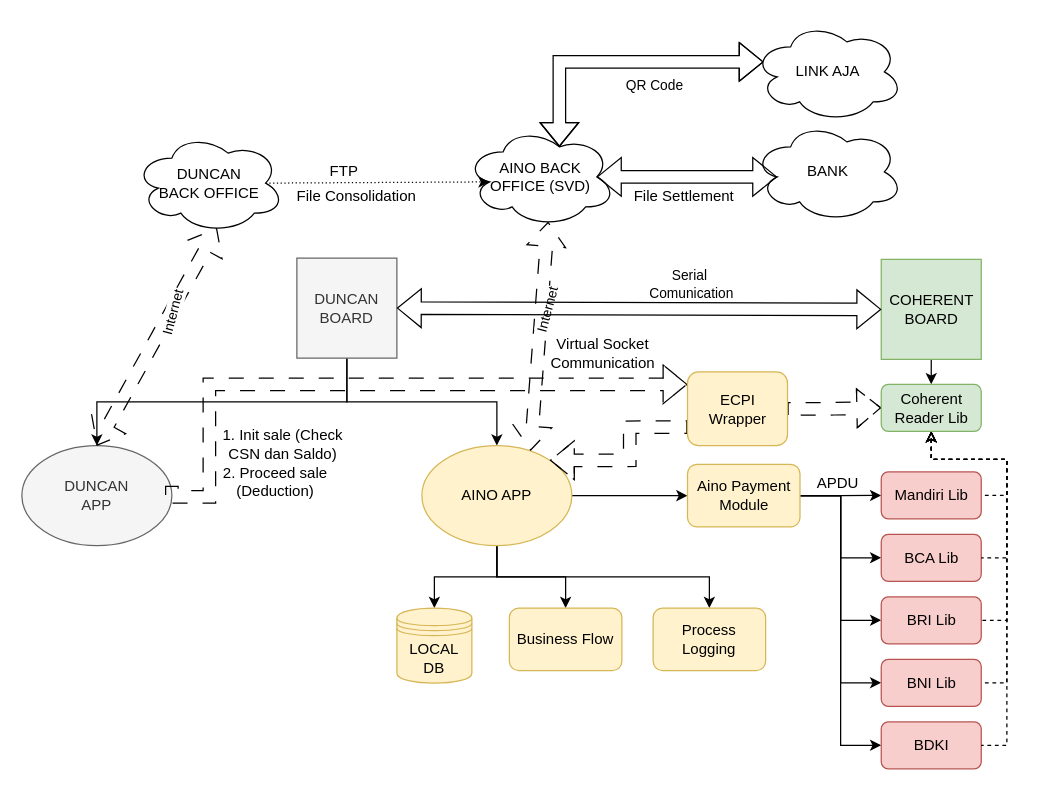
This is page "Arsitektur" (1 of 2) of NEW SCHEME - AINO DUNCAN.drawio from riadizur/riadizur, a draw.io file, before an edit. Source tidied: cells renumbered, new cells numbered last; positions are measured from the earlier drawing's top-left corner, leaving out a move shared by most shapes. Both pictures are drawn from the tidied source at 125%, with x=0, y=0 at pixel (21, 21).
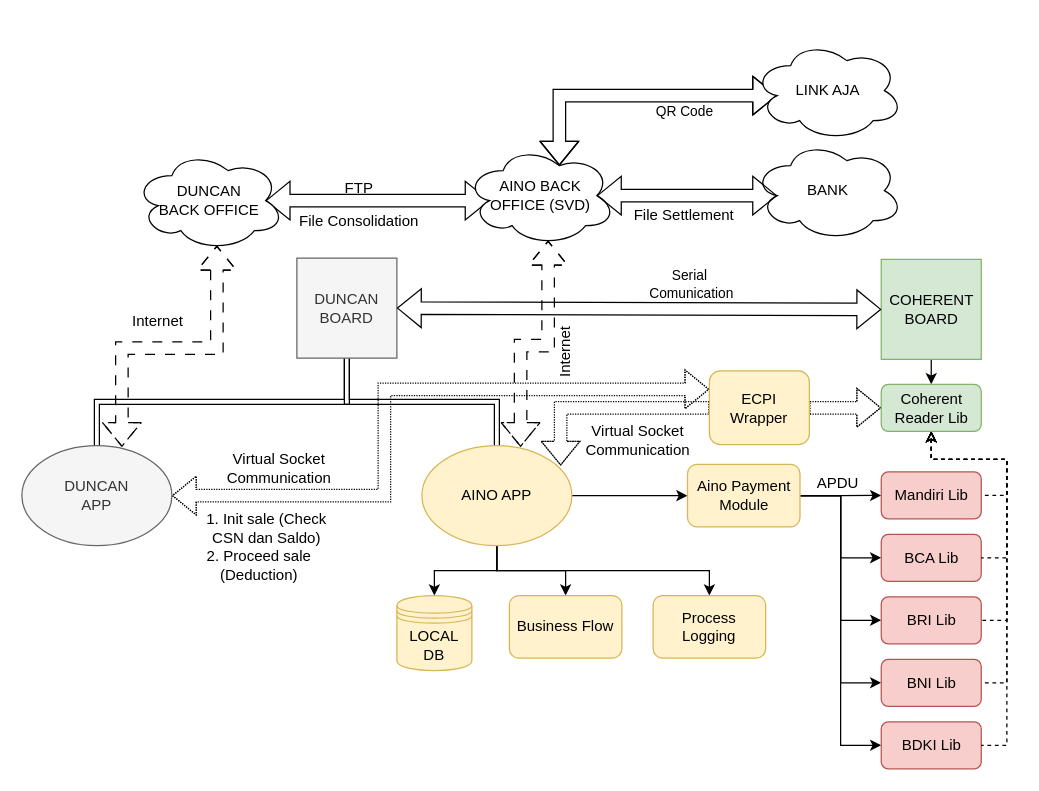
The same diagram, later.

Unchanged cells that the change refers to:
```xml
<mxCell id="9" value="&lt;div&gt;DUNCAN&lt;/div&gt;&lt;div&gt;BOARD&lt;/div&gt;" style="whiteSpace=wrap;html=1;fillColor=#f5f5f5;fontColor=#333333;strokeColor=#666666;" parent="1" vertex="1">
  <mxGeometry x="220" y="189" width="80" height="80" as="geometry" />
</mxCell>
<mxCell id="12" value="DUNCAN&lt;br&gt;APP" style="ellipse;whiteSpace=wrap;html=1;fillColor=#f5f5f5;fontColor=#333333;strokeColor=#666666;" parent="1" vertex="1">
  <mxGeometry y="339" width="120" height="80" as="geometry" />
</mxCell>
<mxCell id="17" value="&lt;div&gt;AINO APP&lt;/div&gt;" style="ellipse;whiteSpace=wrap;html=1;fillColor=#fff2cc;strokeColor=#d6b656;" parent="1" vertex="1">
  <mxGeometry x="320" y="339" width="120" height="80" as="geometry" />
</mxCell>
<mxCell id="48" value="&lt;div&gt;Coherent Reader Lib&lt;/div&gt;" style="rounded=1;whiteSpace=wrap;html=1;fillColor=#d5e8d4;strokeColor=#82b366;" parent="1" vertex="1">
  <mxGeometry x="687.5" y="290" width="80" height="37.5" as="geometry" />
</mxCell>
```

Change to the diagram source:
```diff
@@
+    <mxCell id="58" style="edgeStyle=orthogonalEdgeStyle;shape=flexArrow;rounded=0;jettySize=auto;html=1;exitX=0.55;exitY=0.95;exitDx=0;exitDy=0;exitPerimeter=0;dashed=1;dashPattern=8 8;strokeColor=default;startArrow=block;startFill=0;endArrow=block;endFill=0;entryX=0.667;entryY=0.013;entryDx=0;entryDy=0;entryPerimeter=0;" parent="1" edge="1" source="2" target="12">
+      <mxGeometry relative="1" as="geometry" />
+    </mxCell>
+    <mxCell id="4" style="edgeStyle=orthogonalEdgeStyle;shape=flexArrow;rounded=0;jettySize=auto;html=1;exitX=0.875;exitY=0.5;exitDx=0;exitDy=0;exitPerimeter=0;entryX=0.16;entryY=0.55;entryDx=0;entryDy=0;entryPerimeter=0;strokeColor=default;startArrow=block;startFill=0;endArrow=block;endFill=0;" parent="1" edge="1" source="2" target="3">
+      <mxGeometry relative="1" as="geometry" />
+    </mxCell>
     <mxCell id="2" value="&lt;div&gt;DUNCAN&lt;/div&gt;&lt;div&gt;BACK OFFICE&lt;/div&gt;" style="ellipse;shape=cloud;whiteSpace=wrap;html=1;" parent="1" vertex="1">
-      <mxGeometry x="90" y="89" width="120" height="80" as="geometry" />
+      <mxGeometry x="90" y="103" width="120" height="80" as="geometry" />
     </mxCell>
+    <mxCell id="59" style="edgeStyle=orthogonalEdgeStyle;shape=flexArrow;rounded=0;jettySize=auto;html=1;exitX=0.55;exitY=0.95;exitDx=0;exitDy=0;exitPerimeter=0;entryX=0.658;entryY=0.013;entryDx=0;entryDy=0;entryPerimeter=0;strokeColor=default;startArrow=block;startFill=0;endArrow=block;endFill=0;dashed=1;dashPattern=8 8;" parent="1" edge="1" source="3" target="17">
+      <mxGeometry relative="1" as="geometry" />
+    </mxCell>
     <mxCell id="3" value="&lt;div&gt;AINO BACK&lt;/div&gt;&lt;div&gt;OFFICE (SVD)&lt;/div&gt;" style="ellipse;shape=cloud;whiteSpace=wrap;html=1;" parent="1" vertex="1">
-      <mxGeometry x="355" y="84" width="120" height="80" as="geometry" />
+      <mxGeometry x="355" y="99" width="120" height="80" as="geometry" />
     </mxCell>
-    <mxCell id="4" style="endArrow=classic;html=1;rounded=0;exitX=0.875;exitY=0.5;exitDx=0;exitDy=0;exitPerimeter=0;entryX=0.16;entryY=0.55;entryDx=0;entryDy=0;entryPerimeter=0;dashed=1;dashPattern=1 2;" parent="1" edge="1" source="2" target="3">
-      <mxGeometry relative="1" as="geometry" />
-    </mxCell>
     <mxCell id="5" value="&lt;div&gt;FTP&lt;/div&gt;" style="text;html=1;strokeColor=none;fillColor=none;align=center;verticalAlign=middle;whiteSpace=wrap;rounded=0;" parent="1" vertex="1">
-      <mxGeometry x="228" y="105" width="60" height="30" as="geometry" />
+      <mxGeometry x="240" y="118" width="60" height="30" as="geometry" />
     </mxCell>
     <mxCell id="6" value="&lt;div&gt;File Consolidation&lt;/div&gt;" style="text;html=1;strokeColor=none;fillColor=none;align=center;verticalAlign=middle;whiteSpace=wrap;rounded=0;" parent="1" vertex="1">
-      <mxGeometry x="218" y="125" width="100" height="30" as="geometry" />
+      <mxGeometry x="220" y="145" width="100" height="30" as="geometry" />
     </mxCell>
-    <mxCell id="7" style="edgeStyle=orthogonalEdgeStyle;rounded=0;jettySize=auto;html=1;exitX=0.5;exitY=1;exitDx=0;exitDy=0;entryX=0.5;entryY=0;entryDx=0;entryDy=0;" parent="1" edge="1" source="9" target="12">
+    <mxCell id="7" style="edgeStyle=orthogonalEdgeStyle;rounded=0;jettySize=auto;html=1;exitX=0.5;exitY=1;exitDx=0;exitDy=0;entryX=0.5;entryY=0;entryDx=0;entryDy=0;shape=link;" parent="1" edge="1" source="9" target="12">
       <mxGeometry relative="1" as="geometry" />
     </mxCell>
-    <mxCell id="8" style="edgeStyle=orthogonalEdgeStyle;rounded=0;jettySize=auto;html=1;exitX=0.5;exitY=1;exitDx=0;exitDy=0;entryX=0.5;entryY=0;entryDx=0;entryDy=0;" parent="1" edge="1" source="9" target="17">
+    <mxCell id="8" style="edgeStyle=orthogonalEdgeStyle;rounded=0;jettySize=auto;html=1;exitX=0.5;exitY=1;exitDx=0;exitDy=0;entryX=0.5;entryY=0;entryDx=0;entryDy=0;shape=link;" parent="1" edge="1" source="9" target="17">
       <mxGeometry relative="1" as="geometry" />
     </mxCell>
@@
+    <mxCell id="54" style="edgeStyle=orthogonalEdgeStyle;shape=flexArrow;rounded=0;jettySize=auto;html=1;exitX=1;exitY=0.5;exitDx=0;exitDy=0;strokeColor=default;startArrow=block;startFill=0;endArrow=block;endFill=0;entryX=0;entryY=0.25;entryDx=0;entryDy=0;dashed=1;dashPattern=1 1;" parent="1" edge="1" source="12" target="56">
+      <mxGeometry relative="1" as="geometry">
+        <Array as="points">
+          <mxPoint x="290" y="379" />
+          <mxPoint x="290" y="294" />
+        </Array>
+      </mxGeometry>
+    </mxCell>
@@
     <mxCell id="18" value="&lt;div&gt;LOCAL DB&lt;/div&gt;" style="shape=datastore;whiteSpace=wrap;html=1;fillColor=#fff2cc;strokeColor=#d6b656;" parent="1" vertex="1">
-      <mxGeometry x="300" y="469" width="60" height="60" as="geometry" />
+      <mxGeometry x="300" y="459" width="60" height="60" as="geometry" />
     </mxCell>
     <mxCell id="19" value="Business Flow" style="rounded=1;whiteSpace=wrap;html=1;fillColor=#fff2cc;strokeColor=#d6b656;" parent="1" vertex="1">
-      <mxGeometry x="390" y="469" width="90" height="50" as="geometry" />
+      <mxGeometry x="390" y="459" width="90" height="50" as="geometry" />
     </mxCell>
     <mxCell id="20" value="&lt;div&gt;Process&lt;/div&gt;&lt;div&gt;Logging&lt;br&gt;&lt;/div&gt;" style="rounded=1;whiteSpace=wrap;html=1;fillColor=#fff2cc;strokeColor=#d6b656;" parent="1" vertex="1">
-      <mxGeometry x="505" y="469" width="90" height="50" as="geometry" />
+      <mxGeometry x="505" y="459" width="90" height="50" as="geometry" />
     </mxCell>
     <mxCell id="21" value="Virtual Socket Communication" style="text;html=1;strokeColor=none;fillColor=none;align=center;verticalAlign=middle;whiteSpace=wrap;rounded=0;" parent="1" vertex="1">
-      <mxGeometry x="425" y="250" width="80" height="30" as="geometry" />
+      <mxGeometry x="452.5" y="320" width="80" height="30" as="geometry" />
     </mxCell>
-    <mxCell id="22" style="shape=flexArrow;endArrow=classic;startArrow=classic;html=1;rounded=0;dashed=1;dashPattern=12 12;entryX=0.55;entryY=0.95;entryDx=0;entryDy=0;entryPerimeter=0;exitX=0.725;exitY=0.05;exitDx=0;exitDy=0;exitPerimeter=0;" parent="1" edge="1" source="17" target="3">
-      <mxGeometry relative="1" as="geometry" />
-    </mxCell>
-    <mxCell id="23" value="&lt;div&gt;Internet&lt;/div&gt;" style="edgeLabel;html=1;align=center;verticalAlign=middle;rotation=-75;" parent="22" vertex="1">
-      <mxGeometry x="0.16" y="-2" relative="1" as="geometry">
-        <mxPoint x="3" y="-6" as="offset" />
-      </mxGeometry>
-    </mxCell>
@@
-    <mxCell id="32" style="edgeStyle=orthogonalEdgeStyle;shape=flexArrow;rounded=0;jettySize=auto;html=1;exitX=1;exitY=0.5;exitDx=0;exitDy=0;entryX=0;entryY=0.5;entryDx=0;entryDy=0;dashed=1;dashPattern=12 12;strokeColor=default;" parent="1" edge="1" source="56" target="48">
+    <mxCell id="32" style="edgeStyle=orthogonalEdgeStyle;shape=flexArrow;rounded=0;jettySize=auto;html=1;exitX=1;exitY=0.5;exitDx=0;exitDy=0;entryX=0;entryY=0.5;entryDx=0;entryDy=0;dashed=1;dashPattern=1 1;strokeColor=default;" parent="1" edge="1" source="56" target="48">
       <mxGeometry relative="1" as="geometry" />
     </mxCell>
@@
-    <mxCell id="37" value="&lt;div&gt;BDKI&lt;/div&gt;" style="rounded=1;whiteSpace=wrap;html=1;fillColor=#f8cecc;strokeColor=#b85450;" parent="1" vertex="1">
+    <mxCell id="37" value="&lt;div&gt;BDKI Lib&lt;/div&gt;" style="rounded=1;whiteSpace=wrap;html=1;fillColor=#f8cecc;strokeColor=#b85450;" parent="1" vertex="1">
       <mxGeometry x="687.5" y="560" width="80" height="37.5" as="geometry" />
     </mxCell>
-    <mxCell id="38" style="shape=flexArrow;endArrow=classic;startArrow=classic;html=1;rounded=0;dashed=1;dashPattern=12 12;entryX=0.55;entryY=0.95;entryDx=0;entryDy=0;entryPerimeter=0;exitX=0.5;exitY=0;exitDx=0;exitDy=0;" parent="1" edge="1" source="12" target="2">
-      <mxGeometry relative="1" as="geometry" />
-    </mxCell>
-    <mxCell id="39" value="&lt;div&gt;Internet&lt;/div&gt;" style="edgeLabel;html=1;align=center;verticalAlign=middle;rotation=-75;" parent="38" vertex="1">
-      <mxGeometry x="0.16" y="-2" relative="1" as="geometry">
-        <mxPoint x="3" y="-6" as="offset" />
-      </mxGeometry>
-    </mxCell>
     <mxCell id="40" value="BANK" style="ellipse;shape=cloud;whiteSpace=wrap;html=1;" parent="1" vertex="1">
-      <mxGeometry x="585" y="80" width="120" height="80" as="geometry" />
+      <mxGeometry x="585" y="95" width="120" height="80" as="geometry" />
     </mxCell>
@@
     <mxCell id="42" value="&lt;div&gt;File Settlement&lt;br&gt;&lt;/div&gt;" style="text;html=1;strokeColor=none;fillColor=none;align=center;verticalAlign=middle;whiteSpace=wrap;rounded=0;" parent="1" vertex="1">
-      <mxGeometry x="480" y="125" width="100" height="30" as="geometry" />
+      <mxGeometry x="480" y="140" width="100" height="30" as="geometry" />
     </mxCell>
@@
-    <mxCell id="50" style="edgeStyle=orthogonalEdgeStyle;shape=flexArrow;rounded=0;jettySize=auto;html=1;exitX=0.07;exitY=0.4;exitDx=0;exitDy=0;exitPerimeter=0;entryX=0.625;entryY=0.2;entryDx=0;entryDy=0;entryPerimeter=0;strokeColor=default;startArrow=block;startFill=0;endArrow=block;endFill=0;" parent="1" edge="1" source="51" target="3">
+    <mxCell id="50" style="edgeStyle=orthogonalEdgeStyle;shape=flexArrow;rounded=0;jettySize=auto;html=1;exitX=0.16;exitY=0.55;exitDx=0;exitDy=0;exitPerimeter=0;entryX=0.625;entryY=0.2;entryDx=0;entryDy=0;entryPerimeter=0;strokeColor=default;startArrow=block;startFill=0;endArrow=block;endFill=0;" parent="1" edge="1" source="51" target="3">
       <mxGeometry relative="1" as="geometry" />
     </mxCell>
     <mxCell id="51" value="LINK AJA" style="ellipse;shape=cloud;whiteSpace=wrap;html=1;" parent="1" vertex="1">
-      <mxGeometry x="585" width="120" height="80" as="geometry" />
+      <mxGeometry x="585" y="15" width="120" height="80" as="geometry" />
     </mxCell>
-    <mxCell id="52" value="1. Init sale (Check CSN dan Saldo)" style="text;html=1;strokeColor=none;fillColor=none;align=center;verticalAlign=middle;whiteSpace=wrap;rounded=0;" parent="1" vertex="1">
-      <mxGeometry x="159" y="323" width="100" height="30" as="geometry" />
-    </mxCell>
-    <mxCell id="53" value="2. Proceed sale (Deduction)" style="text;html=1;strokeColor=none;fillColor=none;align=center;verticalAlign=middle;whiteSpace=wrap;rounded=0;" parent="1" vertex="1">
-      <mxGeometry x="153" y="353" width="100" height="30" as="geometry" />
-    </mxCell>
-    <mxCell id="54" style="edgeStyle=orthogonalEdgeStyle;shape=flexArrow;rounded=0;jettySize=auto;html=1;exitX=1;exitY=0.4;exitDx=0;exitDy=0;dashed=1;dashPattern=12 12;strokeColor=default;exitPerimeter=0;" parent="1" edge="1" source="12" target="56">
-      <mxGeometry relative="1" as="geometry">
-        <Array as="points">
-          <mxPoint x="120" y="380" />
-          <mxPoint x="150" y="380" />
-          <mxPoint x="150" y="290" />
-        </Array>
-      </mxGeometry>
-    </mxCell>
-    <mxCell id="55" style="edgeStyle=orthogonalEdgeStyle;rounded=0;jettySize=auto;html=1;exitX=0;exitY=0.75;exitDx=0;exitDy=0;entryX=1;entryY=0;entryDx=0;entryDy=0;strokeColor=default;startArrow=none;startFill=0;endArrow=block;endFill=0;shape=flexArrow;dashed=1;dashPattern=12 12;" parent="1" edge="1" source="56" target="17">
+    <mxCell id="55" style="edgeStyle=orthogonalEdgeStyle;rounded=0;jettySize=auto;html=1;entryX=0.925;entryY=0.2;entryDx=0;entryDy=0;strokeColor=default;startArrow=none;startFill=0;endArrow=block;endFill=0;shape=flexArrow;dashed=1;dashPattern=1 1;exitX=0;exitY=0.5;exitDx=0;exitDy=0;entryPerimeter=0;" parent="1" edge="1" source="56" target="17">
       <mxGeometry relative="1" as="geometry" />
     </mxCell>
     <mxCell id="56" value="&lt;div&gt;ECPI&lt;/div&gt;&lt;div&gt;Wrapper&lt;br&gt;&lt;/div&gt;" style="rounded=1;whiteSpace=wrap;html=1;fillColor=#fff2cc;strokeColor=#d6b656;" parent="1" vertex="1">
-      <mxGeometry x="532.5" y="280" width="80" height="59" as="geometry" />
+      <mxGeometry x="550" y="279.2" width="80" height="59" as="geometry" />
     </mxCell>
     <mxCell id="57" value="&lt;div&gt;QR Code&lt;/div&gt;" style="edgeLabel;html=1;align=center;verticalAlign=middle;" parent="1" vertex="1">
-      <mxGeometry x="505" y="50" as="geometry" />
+      <mxGeometry x="529" y="71" as="geometry" />
     </mxCell>
+    <mxCell id="60" value="Internet" style="text;html=1;strokeColor=none;fillColor=none;align=center;verticalAlign=middle;whiteSpace=wrap;rounded=0;" parent="1" vertex="1">
+      <mxGeometry x="59" y="225" width="100" height="30" as="geometry" />
+    </mxCell>
+    <mxCell id="61" value="Internet" style="text;html=1;strokeColor=none;fillColor=none;align=center;verticalAlign=middle;whiteSpace=wrap;rounded=0;rotation=-90;" parent="1" vertex="1">
+      <mxGeometry x="385" y="249.2" width="100" height="30" as="geometry" />
+    </mxCell>
+    <mxCell id="62" style="group;" parent="1" vertex="1">
+      <mxGeometry x="140" y="390" width="106" height="60" as="geometry" />
+    </mxCell>
+    <mxCell id="52" value="1. Init sale (Check CSN dan Saldo)" style="text;html=1;strokeColor=none;fillColor=none;align=center;verticalAlign=middle;whiteSpace=wrap;rounded=0;" parent="62" vertex="1">
+      <mxGeometry x="6" width="100" height="30" as="geometry" />
+    </mxCell>
+    <mxCell id="53" value="2. Proceed sale (Deduction)" style="text;html=1;strokeColor=none;fillColor=none;align=center;verticalAlign=middle;whiteSpace=wrap;rounded=0;" parent="62" vertex="1">
+      <mxGeometry y="30" width="100" height="30" as="geometry" />
+    </mxCell>
+    <mxCell id="63" value="Virtual Socket Communication" style="text;html=1;strokeColor=none;fillColor=none;align=center;verticalAlign=middle;whiteSpace=wrap;rounded=0;" parent="1" vertex="1">
+      <mxGeometry x="166" y="342" width="80" height="30" as="geometry" />
+    </mxCell>
```
